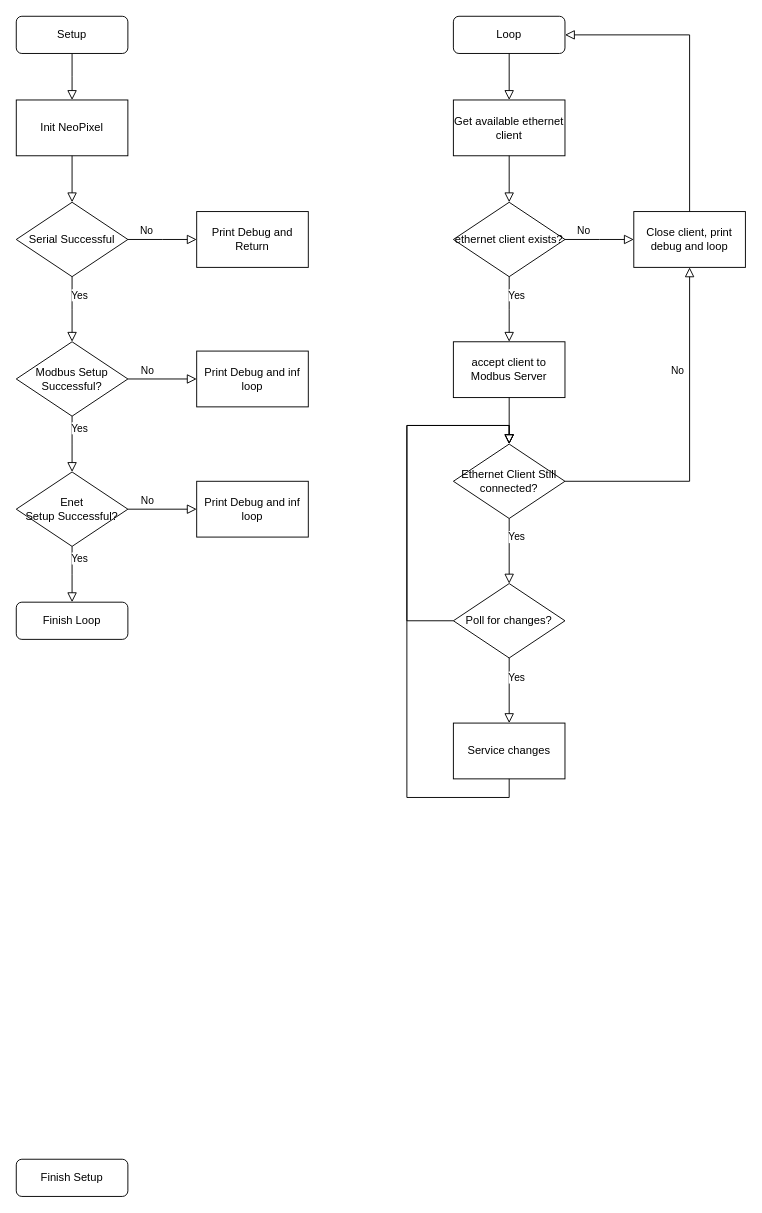
Mohawk-College-IIoT-Automation-Lab/Feather_M4_Modbus_Example keeps this draw.io diagram as Modbus_Neopixel_Demo_Flow_Chart.drawio. Above is the earlier version. Source tidied: cells renumbered, new cells numbered last; positions are measured from the earlier drawing's top-left corner, leaving out a move shared by most shapes. Both pictures are drawn from the tidied source at 93%, with x=0, y=0 at pixel (16, 16).
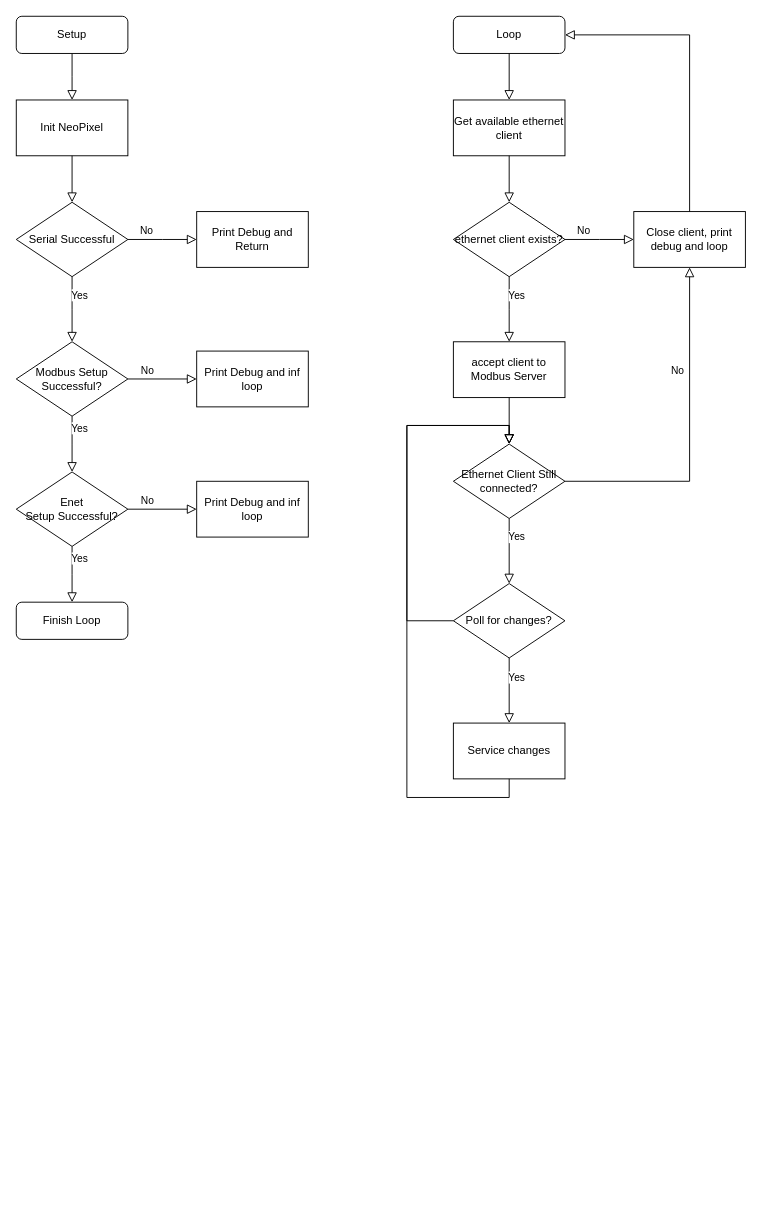
The same page after the edit.

Diff of the diagram source:
```diff
@@
-    <mxCell id="21" value="Finish Setup" style="rounded=1;whiteSpace=wrap;html=1;fontSize=12;glass=0;strokeWidth=1;shadow=0;" parent="1" vertex="1">
-      <mxGeometry y="1229" width="120" height="40" as="geometry" />
-    </mxCell>
```
